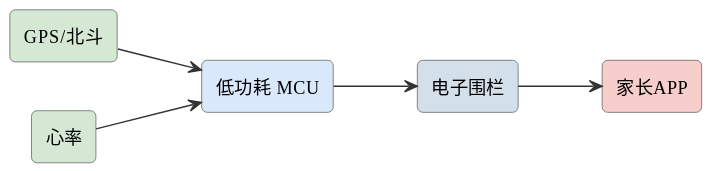
Above: assets/diagrams/ideas-fig88.svg in mingyi0818/IntelligentMcuCourse (PlantUML), before the change.
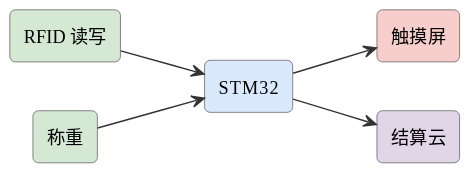
The same file after the commit.

The edit, as a diff of the source:
```diff
@@ -6,13 +6,13 @@
 skinparam arrowFontSize 11
 skinparam arrowColor #333
 left to right direction
-rectangle "GPS/北斗" as gps #d5e8d4
-rectangle "心率" as hr #d5e8d4
-rectangle "低功耗 MCU" as mcu #dae8fc
-rectangle "电子围栏" as fence #d3e0ea
-rectangle "家长APP" as app #f8cecc
-gps --> mcu
-hr --> mcu
-mcu --> fence
-fence --> app
+rectangle "RFID 读写" as rfid #d5e8d4
+rectangle "称重" as w #d5e8d4
+rectangle "STM32" as stm #dae8fc
+rectangle "触摸屏" as scr #f8cecc
+rectangle "结算云" as cloud #e1d5e8
+rfid --> stm
+w --> stm
+stm --> scr
+stm --> cloud
 @enduml
```
